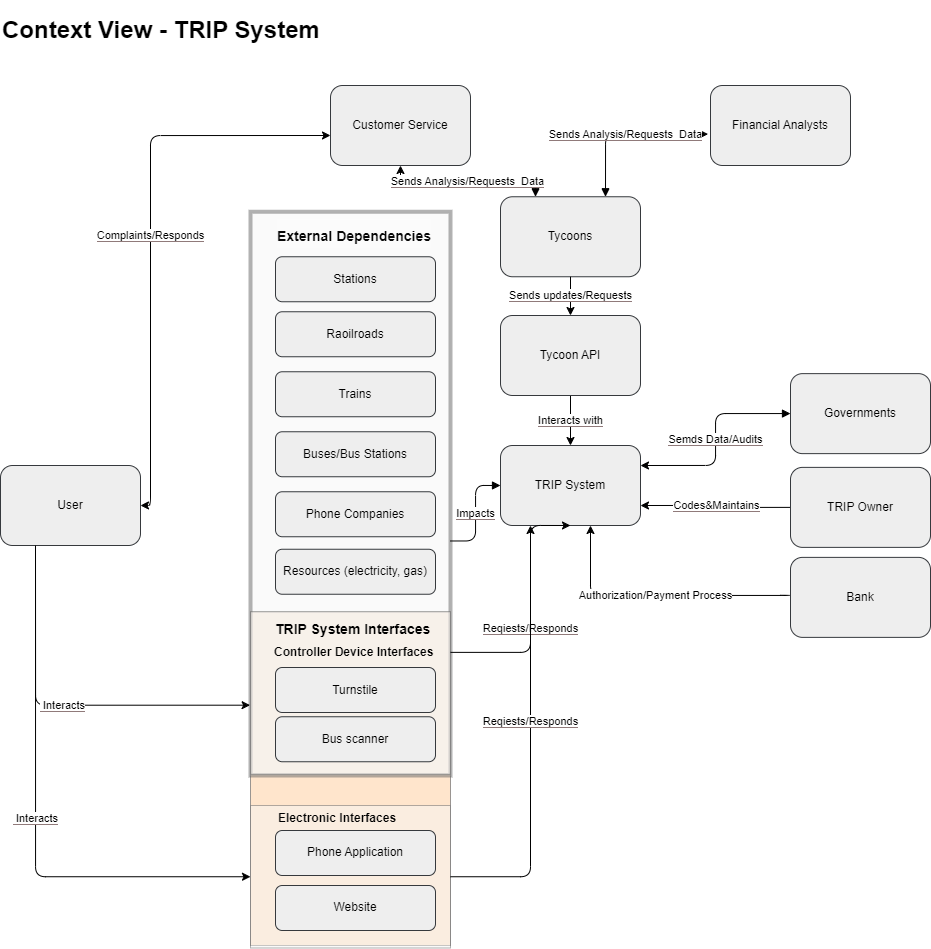
Above: drawings/views_draft3/context_view.png in aleCombi/SoftwareArchitecture (draw.io), before the change. Source tidied: cells renumbered, new cells last; positions are measured from the earlier drawing's top-left corner, leaving out a move shared by most shapes.
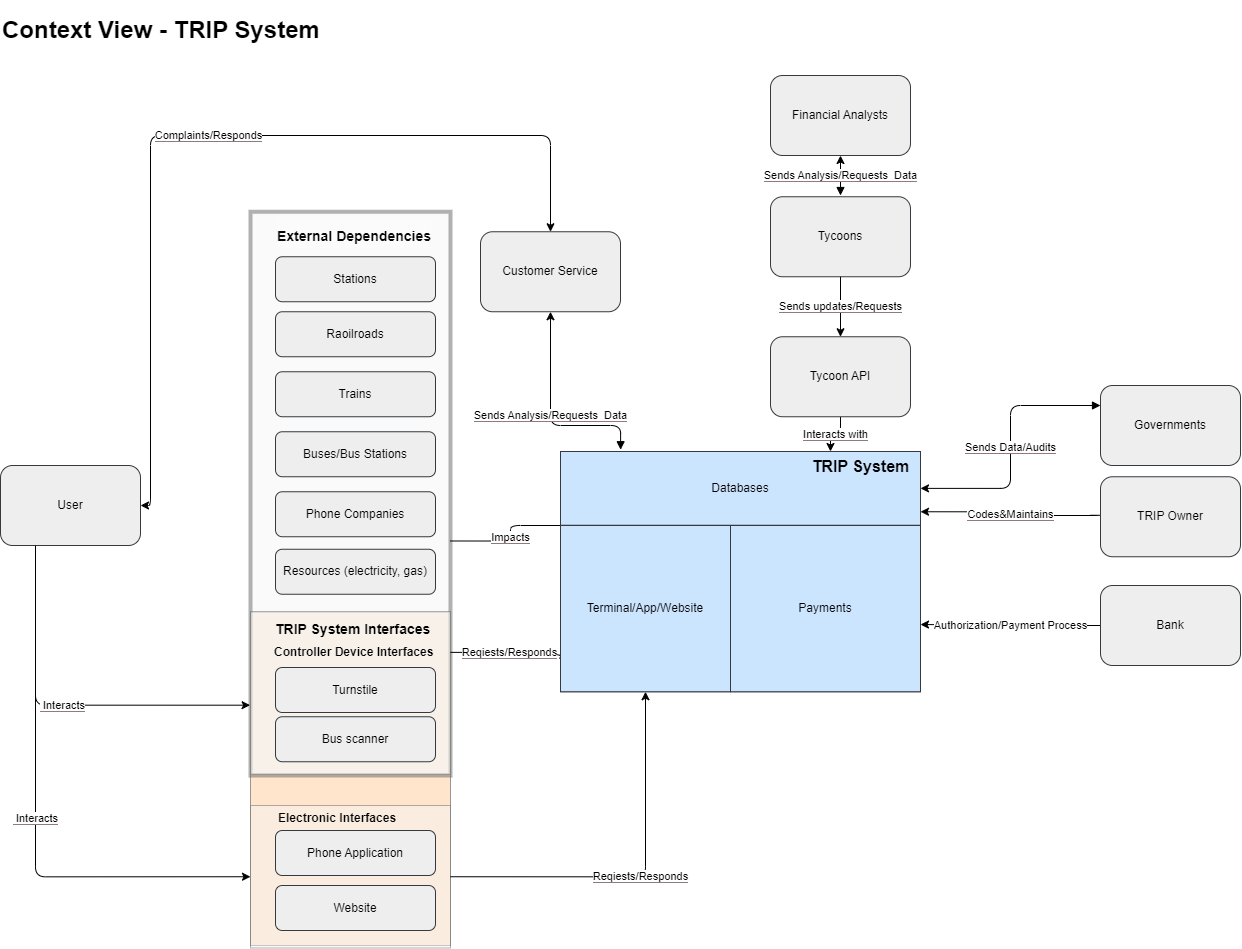
The same diagram one commit later.

Commit message:
Restored accidentally eliminated context view

Change to the diagram source:
```diff
@@ -2,36 +2,50 @@
   <root>
     <mxCell id="0" />
     <mxCell id="1" parent="0" />
+    <mxCell id="6" style="rounded=0;whiteSpace=wrap;html=1;shadow=0;glass=0;fillColor=#cce5ff;strokeColor=#36393d;" parent="1" vertex="1">
+      <mxGeometry x="560" y="436.2" width="360" height="240" as="geometry" />
+    </mxCell>
     <mxCell id="2" style="whiteSpace=wrap;html=1;shadow=0;glass=0;sketch=0;opacity=50;fillColor=#ffcc99;strokeColor=#36393d;" parent="1" vertex="1">
       <mxGeometry x="250" y="596.2" width="200" height="333.8" as="geometry" />
     </mxCell>
     <mxCell id="3" style="whiteSpace=wrap;html=1;shadow=0;glass=0;sketch=0;opacity=50;fillColor=#f5f5f5;strokeColor=#666666;fontColor=#333333;strokeWidth=4;" parent="1" vertex="1">
       <mxGeometry x="250" y="196.2" width="200" height="563.8" as="geometry" />
     </mxCell>
-    <mxCell id="4" value="Authorization/Payment Process" style="edgeStyle=orthogonalEdgeStyle;html=1;exitX=0;exitY=0.5;exitDx=0;exitDy=0;" parent="1" edge="1" source="7" target="6">
+    <mxCell id="4" value="Authorization/Payment Process" style="edgeStyle=orthogonalEdgeStyle;html=1;exitX=0;exitY=0.5;exitDx=0;exitDy=0;" parent="1" edge="1" source="7">
       <mxGeometry relative="1" as="geometry">
+        <mxPoint x="920" y="609" as="targetPoint" />
         <Array as="points">
-          <mxPoint x="590" y="580" />
+          <mxPoint x="1100" y="610" />
+          <mxPoint x="1020" y="610" />
+          <mxPoint x="920" y="609" />
         </Array>
       </mxGeometry>
     </mxCell>
-    <mxCell id="5" value="&lt;span style=&quot;background-color: rgb(255, 255, 255);&quot;&gt;Semds Data/Audits&lt;/span&gt;" style="edgeStyle=orthogonalEdgeStyle;html=1;exitX=1;exitY=0.25;exitDx=0;exitDy=0;labelBackgroundColor=#907a7a;strokeColor=#000000;fontColor=#000000;startArrow=classic;startFill=1;endArrow=block;endFill=1;" parent="1" edge="1" source="6" target="8">
-      <mxGeometry relative="1" as="geometry" />
+    <mxCell id="5" value="&lt;span style=&quot;background-color: rgb(255, 255, 255);&quot;&gt;Sends Data/Audits&lt;/span&gt;" style="edgeStyle=orthogonalEdgeStyle;html=1;labelBackgroundColor=#907a7a;strokeColor=#000000;fontColor=#000000;startArrow=classic;startFill=1;endArrow=block;endFill=1;exitX=1;exitY=0.5;exitDx=0;exitDy=0;entryX=0;entryY=0.25;entryDx=0;entryDy=0;" parent="1" edge="1" source="43" target="8">
+      <mxGeometry relative="1" as="geometry">
+        <Array as="points">
+          <mxPoint x="1010" y="473" />
+          <mxPoint x="1010" y="390" />
+        </Array>
+      </mxGeometry>
     </mxCell>
-    <mxCell id="6" value="TRIP System" style="rounded=1;whiteSpace=wrap;html=1;fillColor=#eeeeee;strokeColor=#36393d;" parent="1" vertex="1">
-      <mxGeometry x="500" y="430" width="140" height="80" as="geometry" />
-    </mxCell>
     <mxCell id="7" value="Bank" style="rounded=1;whiteSpace=wrap;html=1;fillColor=#eeeeee;strokeColor=#36393d;" parent="1" vertex="1">
-      <mxGeometry x="790" y="541.9" width="140" height="80" as="geometry" />
+      <mxGeometry x="1100" y="570" width="140" height="80" as="geometry" />
     </mxCell>
     <mxCell id="8" value="Governments" style="rounded=1;whiteSpace=wrap;html=1;fillColor=#eeeeee;strokeColor=#36393d;" parent="1" vertex="1">
-      <mxGeometry x="790" y="358.1" width="140" height="80" as="geometry" />
+      <mxGeometry x="1100" y="370" width="140" height="80" as="geometry" />
     </mxCell>
-    <mxCell id="9" value="&lt;span style=&quot;background-color: rgb(255, 255, 255);&quot;&gt;Codes&amp;amp;Maintains&lt;/span&gt;" style="edgeStyle=orthogonalEdgeStyle;html=1;exitX=0;exitY=0.5;exitDx=0;exitDy=0;labelBackgroundColor=#907a7a;strokeColor=#000000;fontColor=#000000;startArrow=none;startFill=0;entryX=1;entryY=0.75;entryDx=0;entryDy=0;" parent="1" edge="1" source="10" target="6">
-      <mxGeometry relative="1" as="geometry" />
+    <mxCell id="9" value="&lt;span style=&quot;background-color: rgb(255, 255, 255);&quot;&gt;Codes&amp;amp;Maintains&lt;/span&gt;" style="edgeStyle=orthogonalEdgeStyle;html=1;exitX=0;exitY=0.5;exitDx=0;exitDy=0;labelBackgroundColor=#907a7a;strokeColor=#000000;fontColor=#000000;startArrow=none;startFill=0;entryX=1;entryY=0.25;entryDx=0;entryDy=0;" parent="1" edge="1" source="10" target="6">
+      <mxGeometry relative="1" as="geometry">
+        <Array as="points">
+          <mxPoint x="1100" y="500" />
+          <mxPoint x="1010" y="500" />
+          <mxPoint x="1010" y="496" />
+        </Array>
+      </mxGeometry>
     </mxCell>
     <mxCell id="10" value="TRIP Owner" style="rounded=1;whiteSpace=wrap;html=1;fillColor=#eeeeee;strokeColor=#36393d;" parent="1" vertex="1">
-      <mxGeometry x="790" y="451.9" width="140" height="80" as="geometry" />
+      <mxGeometry x="1100" y="461.2" width="140" height="80" as="geometry" />
     </mxCell>
     <mxCell id="11" value="Stations" style="rounded=1;whiteSpace=wrap;html=1;fillColor=#eeeeee;strokeColor=#36393d;" parent="1" vertex="1">
       <mxGeometry x="275" y="241.2" width="160" height="45" as="geometry" />
@@ -45,23 +59,25 @@
     <mxCell id="14" value="Trains" style="rounded=1;whiteSpace=wrap;html=1;fillColor=#eeeeee;strokeColor=#36393d;" parent="1" vertex="1">
       <mxGeometry x="275" y="356.2" width="160" height="45" as="geometry" />
     </mxCell>
-    <mxCell id="15" value="&lt;span style=&quot;background-color: rgb(255, 255, 255);&quot;&gt;Interacts with&lt;/span&gt;" style="edgeStyle=orthogonalEdgeStyle;html=1;exitX=0.5;exitY=1;exitDx=0;exitDy=0;labelBackgroundColor=#907a7a;strokeColor=#000000;fontColor=#000000;startArrow=none;startFill=0;endArrow=classic;endFill=1;entryX=0.5;entryY=0;entryDx=0;entryDy=0;" parent="1" edge="1" source="16" target="6">
+    <mxCell id="15" value="&lt;span style=&quot;background-color: rgb(255, 255, 255);&quot;&gt;Interacts with&lt;/span&gt;" style="edgeStyle=orthogonalEdgeStyle;html=1;exitX=0.5;exitY=1;exitDx=0;exitDy=0;labelBackgroundColor=#907a7a;strokeColor=#000000;fontColor=#000000;startArrow=none;startFill=0;endArrow=classic;endFill=1;entryX=0.75;entryY=0;entryDx=0;entryDy=0;" parent="1" edge="1" source="16" target="43">
       <mxGeometry relative="1" as="geometry" />
     </mxCell>
     <mxCell id="16" value="Tycoon API" style="rounded=1;whiteSpace=wrap;html=1;fillColor=#eeeeee;strokeColor=#36393d;" parent="1" vertex="1">
-      <mxGeometry x="500" y="300" width="140" height="80" as="geometry" />
+      <mxGeometry x="770" y="321.2" width="140" height="80" as="geometry" />
     </mxCell>
     <mxCell id="17" value="Tycoons" style="rounded=1;whiteSpace=wrap;html=1;fillColor=#eeeeee;strokeColor=#36393d;" parent="1" vertex="1">
-      <mxGeometry x="500" y="181.2" width="140" height="80" as="geometry" />
+      <mxGeometry x="770" y="181.2" width="140" height="80" as="geometry" />
     </mxCell>
     <mxCell id="18" value="Customer Service" style="rounded=1;whiteSpace=wrap;html=1;fillColor=#eeeeee;strokeColor=#36393d;" parent="1" vertex="1">
-      <mxGeometry x="330" y="70" width="140" height="80" as="geometry" />
+      <mxGeometry x="480" y="216.2" width="140" height="80" as="geometry" />
     </mxCell>
     <mxCell id="19" value="Financial Analysts" style="rounded=1;whiteSpace=wrap;html=1;fillColor=#eeeeee;strokeColor=#36393d;" parent="1" vertex="1">
-      <mxGeometry x="710" y="70" width="140" height="80" as="geometry" />
+      <mxGeometry x="770" y="60" width="140" height="80" as="geometry" />
     </mxCell>
-    <mxCell id="20" value="&lt;span style=&quot;background-color: rgb(255, 255, 255);&quot;&gt;Sends Analysis/Requests&amp;nbsp; Data&lt;/span&gt;" style="edgeStyle=orthogonalEdgeStyle;html=1;exitX=-0.017;exitY=0.608;exitDx=0;exitDy=0;labelBackgroundColor=#907a7a;strokeColor=#000000;fontColor=#000000;startArrow=classic;startFill=1;endArrow=block;endFill=1;entryX=0.75;entryY=0;entryDx=0;entryDy=0;exitPerimeter=0;" parent="1" edge="1" source="19" target="17">
-      <mxGeometry x="-0.01" relative="1" as="geometry" />
+    <mxCell id="20" value="&lt;span style=&quot;background-color: rgb(255, 255, 255);&quot;&gt;Sends Analysis/Requests&amp;nbsp; Data&lt;/span&gt;" style="edgeStyle=orthogonalEdgeStyle;html=1;exitX=0.5;exitY=1;exitDx=0;exitDy=0;labelBackgroundColor=#907a7a;strokeColor=#000000;fontColor=#000000;startArrow=classic;startFill=1;endArrow=block;endFill=1;" parent="1" edge="1" source="19">
+      <mxGeometry x="-0.01" relative="1" as="geometry">
+        <mxPoint x="840" y="180" as="targetPoint" />
+      </mxGeometry>
     </mxCell>
     <mxCell id="21" value="Buses/Bus Stations" style="rounded=1;whiteSpace=wrap;html=1;fillColor=#eeeeee;strokeColor=#36393d;" parent="1" vertex="1">
       <mxGeometry x="275" y="416.2" width="160" height="45" as="geometry" />
@@ -72,8 +88,13 @@
     <mxCell id="23" value="Resources (electricity, gas)" style="rounded=1;whiteSpace=wrap;html=1;fillColor=#eeeeee;strokeColor=#36393d;" parent="1" vertex="1">
       <mxGeometry x="275" y="533.8" width="160" height="45" as="geometry" />
     </mxCell>
-    <mxCell id="24" value="&lt;span style=&quot;background-color: rgb(255, 255, 255);&quot;&gt;Sends Analysis/Requests&amp;nbsp; Data&lt;/span&gt;" style="edgeStyle=orthogonalEdgeStyle;html=1;exitX=0.5;exitY=1;exitDx=0;exitDy=0;labelBackgroundColor=#907a7a;strokeColor=#000000;fontColor=#000000;startArrow=classic;startFill=1;endArrow=block;endFill=1;entryX=0.25;entryY=0;entryDx=0;entryDy=0;" parent="1" edge="1" source="18" target="17">
-      <mxGeometry x="-0.01" relative="1" as="geometry" />
+    <mxCell id="24" value="&lt;span style=&quot;background-color: rgb(255, 255, 255);&quot;&gt;Sends Analysis/Requests&amp;nbsp; Data&lt;/span&gt;" style="edgeStyle=orthogonalEdgeStyle;html=1;labelBackgroundColor=#907a7a;strokeColor=#000000;fontColor=#000000;startArrow=classic;startFill=1;endArrow=block;endFill=1;entryX=0.167;entryY=-0.024;entryDx=0;entryDy=0;exitX=0.5;exitY=1;exitDx=0;exitDy=0;entryPerimeter=0;" parent="1" edge="1" source="18" target="43">
+      <mxGeometry x="-0.01" relative="1" as="geometry">
+        <Array as="points">
+          <mxPoint x="550" y="410" />
+          <mxPoint x="620" y="410" />
+        </Array>
+      </mxGeometry>
     </mxCell>
     <mxCell id="25" value="&lt;span style=&quot;background-color: rgb(255, 255, 255);&quot;&gt;&amp;nbsp;Interacts&lt;/span&gt;" style="edgeStyle=orthogonalEdgeStyle;html=1;exitX=0.25;exitY=1;exitDx=0;exitDy=0;labelBackgroundColor=#907a7a;strokeColor=#000000;fontColor=#000000;startArrow=none;startFill=0;entryX=-0.002;entryY=0.575;entryDx=0;entryDy=0;entryPerimeter=0;" parent="1" edge="1" source="26" target="27">
       <mxGeometry relative="1" as="geometry" />
@@ -90,16 +111,18 @@
     <mxCell id="29" value="Bus scanner" style="rounded=1;whiteSpace=wrap;html=1;fillColor=#eeeeee;strokeColor=#36393d;" parent="1" vertex="1">
       <mxGeometry x="275" y="701.2" width="160" height="45" as="geometry" />
     </mxCell>
-    <mxCell id="30" value="&lt;span style=&quot;background-color: rgb(255, 255, 255);&quot;&gt;Reqiests/Responds&lt;/span&gt;" style="edgeStyle=orthogonalEdgeStyle;html=1;exitX=1;exitY=0.25;exitDx=0;exitDy=0;labelBackgroundColor=#907a7a;strokeColor=#000000;fontColor=#000000;startArrow=none;startFill=0;endArrow=classic;endFill=1;" parent="1" edge="1" source="27" target="6">
+    <mxCell id="30" value="&lt;span style=&quot;background-color: rgb(255, 255, 255);&quot;&gt;Reqiests/Responds&lt;/span&gt;" style="edgeStyle=orthogonalEdgeStyle;html=1;exitX=1;exitY=0.25;exitDx=0;exitDy=0;labelBackgroundColor=#907a7a;strokeColor=#000000;fontColor=#000000;startArrow=none;startFill=0;endArrow=classic;endFill=1;entryX=-0.011;entryY=0.797;entryDx=0;entryDy=0;entryPerimeter=0;" parent="1" edge="1" source="27" target="45">
       <mxGeometry relative="1" as="geometry">
         <Array as="points">
           <mxPoint x="530" y="637" />
+          <mxPoint x="530" y="639" />
+          <mxPoint x="560" y="639" />
+          <mxPoint x="560" y="643" />
         </Array>
       </mxGeometry>
     </mxCell>
-    <mxCell id="31" value="&lt;span style=&quot;background-color: rgb(255, 255, 255);&quot;&gt;Complaints/Responds&lt;/span&gt;" style="edgeStyle=orthogonalEdgeStyle;html=1;labelBackgroundColor=#907a7a;strokeColor=#000000;fontColor=#000000;startArrow=classic;startFill=1;entryX=1;entryY=0.5;entryDx=0;entryDy=0;" parent="1" edge="1" target="26">
+    <mxCell id="31" value="&lt;span style=&quot;background-color: rgb(255, 255, 255);&quot;&gt;Complaints/Responds&lt;/span&gt;" style="edgeStyle=orthogonalEdgeStyle;html=1;labelBackgroundColor=#907a7a;strokeColor=#000000;fontColor=#000000;startArrow=classic;startFill=1;entryX=1;entryY=0.5;entryDx=0;entryDy=0;" parent="1" edge="1" source="18" target="26">
       <mxGeometry relative="1" as="geometry">
-        <mxPoint x="330" y="120" as="sourcePoint" />
         <Array as="points">
           <mxPoint x="150" y="120" />
           <mxPoint x="150" y="490" />
@@ -109,8 +132,13 @@
     <mxCell id="32" value="&lt;span style=&quot;background-color: rgb(255, 255, 255);&quot;&gt;Sends updates/Requests&lt;/span&gt;" style="edgeStyle=orthogonalEdgeStyle;html=1;exitX=0.5;exitY=1;exitDx=0;exitDy=0;labelBackgroundColor=#907a7a;strokeColor=#000000;fontColor=#000000;startArrow=none;startFill=0;endArrow=classic;endFill=1;" parent="1" edge="1" source="17" target="16">
       <mxGeometry relative="1" as="geometry" />
     </mxCell>
-    <mxCell id="33" value="&lt;span style=&quot;background-color: rgb(255, 255, 255);&quot;&gt;Impacts&lt;/span&gt;" style="edgeStyle=orthogonalEdgeStyle;html=1;exitX=1;exitY=0.584;exitDx=0;exitDy=0;labelBackgroundColor=#907a7a;strokeColor=#000000;fontColor=#000000;startArrow=none;startFill=0;endArrow=block;endFill=1;exitPerimeter=0;entryX=0;entryY=0.5;entryDx=0;entryDy=0;" parent="1" edge="1" source="3" target="6">
-      <mxGeometry relative="1" as="geometry" />
+    <mxCell id="33" value="&lt;span style=&quot;background-color: rgb(255, 255, 255);&quot;&gt;Impacts&lt;/span&gt;" style="edgeStyle=orthogonalEdgeStyle;html=1;exitX=1;exitY=0.584;exitDx=0;exitDy=0;labelBackgroundColor=#907a7a;strokeColor=#000000;fontColor=#000000;startArrow=none;startFill=0;endArrow=none;endFill=0;exitPerimeter=0;entryX=0;entryY=0;entryDx=0;entryDy=0;" parent="1" edge="1" source="3" target="45">
+      <mxGeometry relative="1" as="geometry">
+        <Array as="points">
+          <mxPoint x="510" y="526" />
+          <mxPoint x="510" y="510" />
+        </Array>
+      </mxGeometry>
     </mxCell>
     <mxCell id="34" value="&lt;h1&gt;Context View - TRIP System&lt;/h1&gt;" style="text;strokeColor=none;align=left;fillColor=none;html=1;verticalAlign=middle;whiteSpace=wrap;rounded=0;" parent="1" vertex="1">
       <mxGeometry width="670" height="30" as="geometry" />
@@ -136,13 +164,24 @@
     <mxCell id="41" value="&lt;span style=&quot;background-color: rgb(255, 255, 255);&quot;&gt;&amp;nbsp;Interacts&lt;/span&gt;" style="edgeStyle=orthogonalEdgeStyle;html=1;exitX=0.25;exitY=1;exitDx=0;exitDy=0;labelBackgroundColor=#907a7a;strokeColor=#000000;fontColor=#000000;startArrow=none;startFill=0;entryX=0;entryY=0.5;entryDx=0;entryDy=0;" parent="1" edge="1" source="26" target="35">
       <mxGeometry relative="1" as="geometry" />
     </mxCell>
-    <mxCell id="42" value="&lt;span style=&quot;background-color: rgb(255, 255, 255);&quot;&gt;Reqiests/Responds&lt;/span&gt;" style="edgeStyle=orthogonalEdgeStyle;html=1;exitX=1;exitY=0.5;exitDx=0;exitDy=0;labelBackgroundColor=#907a7a;strokeColor=#000000;fontColor=#000000;startArrow=none;startFill=0;endArrow=classic;endFill=1;entryX=0.5;entryY=1;entryDx=0;entryDy=0;" parent="1" edge="1" source="35" target="6">
+    <mxCell id="42" value="&lt;span style=&quot;background-color: rgb(255, 255, 255);&quot;&gt;Reqiests/Responds&lt;/span&gt;" style="edgeStyle=orthogonalEdgeStyle;html=1;exitX=1;exitY=0.5;exitDx=0;exitDy=0;labelBackgroundColor=#907a7a;strokeColor=#000000;fontColor=#000000;startArrow=none;startFill=0;endArrow=classic;endFill=1;entryX=0.5;entryY=1;entryDx=0;entryDy=0;" parent="1" edge="1" source="35" target="45">
       <mxGeometry relative="1" as="geometry">
         <Array as="points">
-          <mxPoint x="530" y="861" />
-          <mxPoint x="530" y="510" />
+          <mxPoint x="645" y="861" />
         </Array>
       </mxGeometry>
     </mxCell>
+    <mxCell id="43" value="Databases" style="rounded=0;whiteSpace=wrap;html=1;fillColor=#cce5ff;strokeColor=#36393d;" parent="1" vertex="1">
+      <mxGeometry x="560" y="436" width="360" height="73.8" as="geometry" />
+    </mxCell>
+    <mxCell id="44" value="&lt;b&gt;&lt;font style=&quot;font-size: 16px;&quot;&gt;TRIP System&lt;/font&gt;&lt;/b&gt;" style="text;html=1;align=center;verticalAlign=middle;strokeColor=none;fillColor=none;" parent="1" vertex="1">
+      <mxGeometry x="800" y="436.2" width="120" height="30" as="geometry" />
+    </mxCell>
+    <mxCell id="45" value="Terminal/App/Website" style="rounded=0;whiteSpace=wrap;html=1;fillColor=#cce5ff;strokeColor=#36393d;" parent="1" vertex="1">
+      <mxGeometry x="560" y="510" width="170" height="166.2" as="geometry" />
+    </mxCell>
+    <mxCell id="46" value="Payments" style="rounded=0;whiteSpace=wrap;html=1;fillColor=#cce5ff;strokeColor=#36393d;" parent="1" vertex="1">
+      <mxGeometry x="730" y="510" width="190" height="166.2" as="geometry" />
+    </mxCell>
   </root>
 </mxGraphModel>
```
